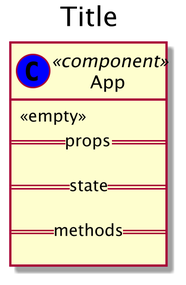
Earlier version of the PlantUML export DesignPhase/example-code/generated-uml/generated.png (EOSC-synergy/o3webapp).
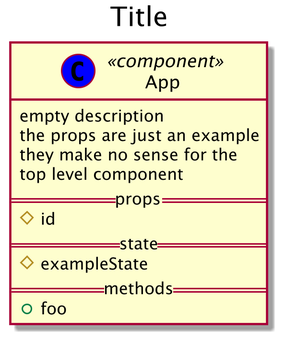
After the commit.

Commit message:
example files from src/

What changed in the source:
```diff
@@ -2,13 +2,16 @@
 title Title
 skinparam dpi 300
 class "App" << (C,blue) component >> {
-    <<empty>>
+    empty description
+the props are just an example
+they make no sense for the
+top level component
     ==props==
-
+    #id
     ==state==
-
+    #exampleState
     ==methods==
-
+    +foo
 }
 
 
```
